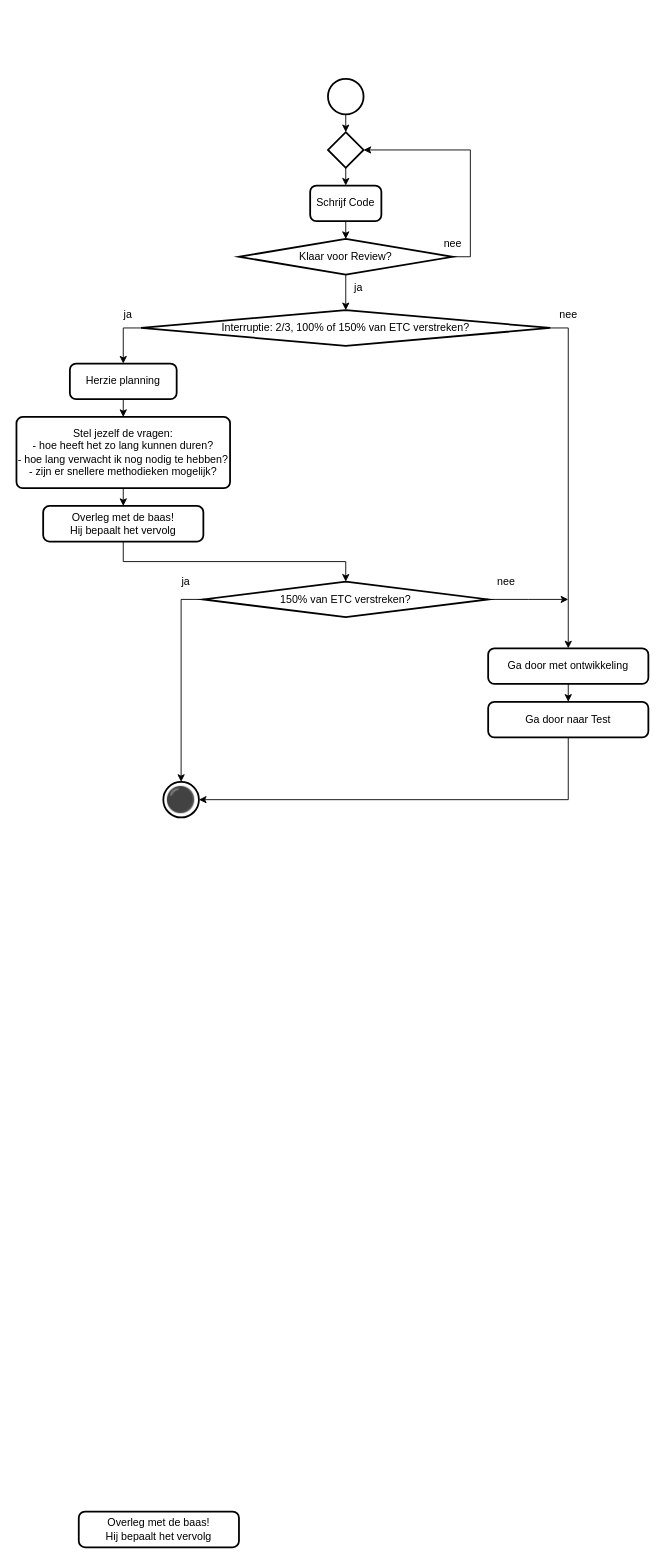
Earlier version of the draw.io diagram 4 Issue Tracker implementatie.drawio (Zaibatsu89/IssueTracker). Source tidied: cells renumbered, new cells numbered last; positions are measured from the earlier drawing's top-left corner, leaving out a move shared by most shapes. Both pictures are drawn from the tidied source at 89%, with x=0, y=0 at pixel (16, 78).
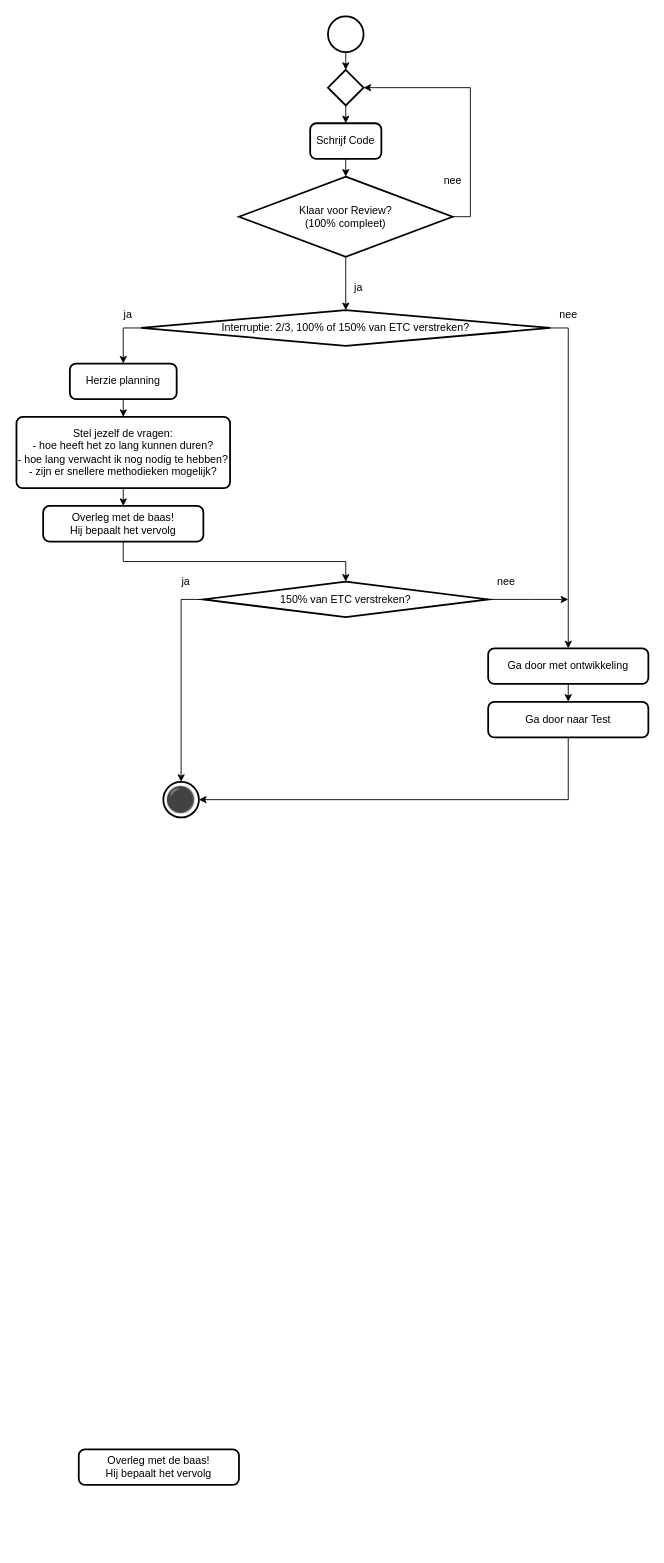
The same diagram, later.

Commit message (it also covers changes not shown here):
een iteratie volledig voor 100% afronden voordat je naar de volgende processtap gaat in flowcharts

The change refers to these unchanged cells:
```xml
<mxCell id="12" value="Interruptie: 2/3, 100% of 150% van ETC verstreken?" style="strokeWidth=2;html=1;shape=mxgraph.flowchart.decision;whiteSpace=wrap;" parent="1" vertex="1">
  <mxGeometry x="140" y="260" width="460" height="40" as="geometry" />
</mxCell>
```

The edit, as a diff of the source:
```diff
@@
     <mxCell id="2" style="strokeWidth=2;html=1;shape=mxgraph.flowchart.start_2;whiteSpace=wrap;" parent="1" vertex="1">
-      <mxGeometry x="350" width="40" height="40" as="geometry" />
+      <mxGeometry x="350" y="-70" width="40" height="40" as="geometry" />
     </mxCell>
@@
     <mxCell id="4" style="strokeWidth=2;html=1;shape=mxgraph.flowchart.decision;whiteSpace=wrap;" parent="1" vertex="1">
-      <mxGeometry x="350" y="60" width="40" height="40" as="geometry" />
+      <mxGeometry x="350" y="-10" width="40" height="40" as="geometry" />
     </mxCell>
     <mxCell id="5" value="Schrijf Code" style="rounded=1;whiteSpace=wrap;html=1;absoluteArcSize=1;arcSize=14;strokeWidth=2;" parent="1" vertex="1">
-      <mxGeometry x="330" y="120" width="80" height="40" as="geometry" />
+      <mxGeometry x="330" y="50" width="80" height="40" as="geometry" />
     </mxCell>
@@
+    <mxCell id="35" style="edgeStyle=orthogonalEdgeStyle;rounded=0;jettySize=auto;html=1;exitX=0.5;exitY=1;exitDx=0;exitDy=0;exitPerimeter=0;" parent="1" edge="1" source="7">
+      <mxGeometry relative="1" as="geometry">
+        <mxPoint x="370" y="260" as="targetPoint" />
+      </mxGeometry>
+    </mxCell>
-    <mxCell id="7" value="Klaar voor Review?" style="strokeWidth=2;html=1;shape=mxgraph.flowchart.decision;whiteSpace=wrap;" parent="1" vertex="1">
-      <mxGeometry x="250" y="180" width="240" height="40" as="geometry" />
+    <mxCell id="7" value="Klaar voor Review?&lt;div&gt;(100% compleet)&lt;/div&gt;" style="strokeWidth=2;html=1;shape=mxgraph.flowchart.decision;whiteSpace=wrap;" parent="1" vertex="1">
+      <mxGeometry x="250" y="110" width="240" height="90" as="geometry" />
     </mxCell>
@@
     <mxCell id="9" value="nee" style="text;html=1;align=center;verticalAlign=middle;strokeColor=none;fillColor=none;" parent="1" vertex="1">
-      <mxGeometry x="470" y="170" width="40" height="30" as="geometry" />
+      <mxGeometry x="470" y="100" width="40" height="30" as="geometry" />
     </mxCell>
@@
-    <mxCell id="13" style="edgeStyle=orthogonalEdgeStyle;rounded=0;jettySize=auto;html=1;exitX=0.5;exitY=1;exitDx=0;exitDy=0;exitPerimeter=0;entryX=0.5;entryY=0;entryDx=0;entryDy=0;entryPerimeter=0;" parent="1" edge="1" source="7" target="12">
-      <mxGeometry relative="1" as="geometry" />
-    </mxCell>
@@
     <mxCell id="29" value="Overleg met de baas!&lt;br&gt;Hij bepaalt het vervolg" style="rounded=1;whiteSpace=wrap;html=1;absoluteArcSize=1;arcSize=14;strokeWidth=2;" parent="1" vertex="1">
-      <mxGeometry x="70" y="1610" width="180" height="40" as="geometry" />
+      <mxGeometry x="70" y="1540" width="180" height="40" as="geometry" />
     </mxCell>
```
